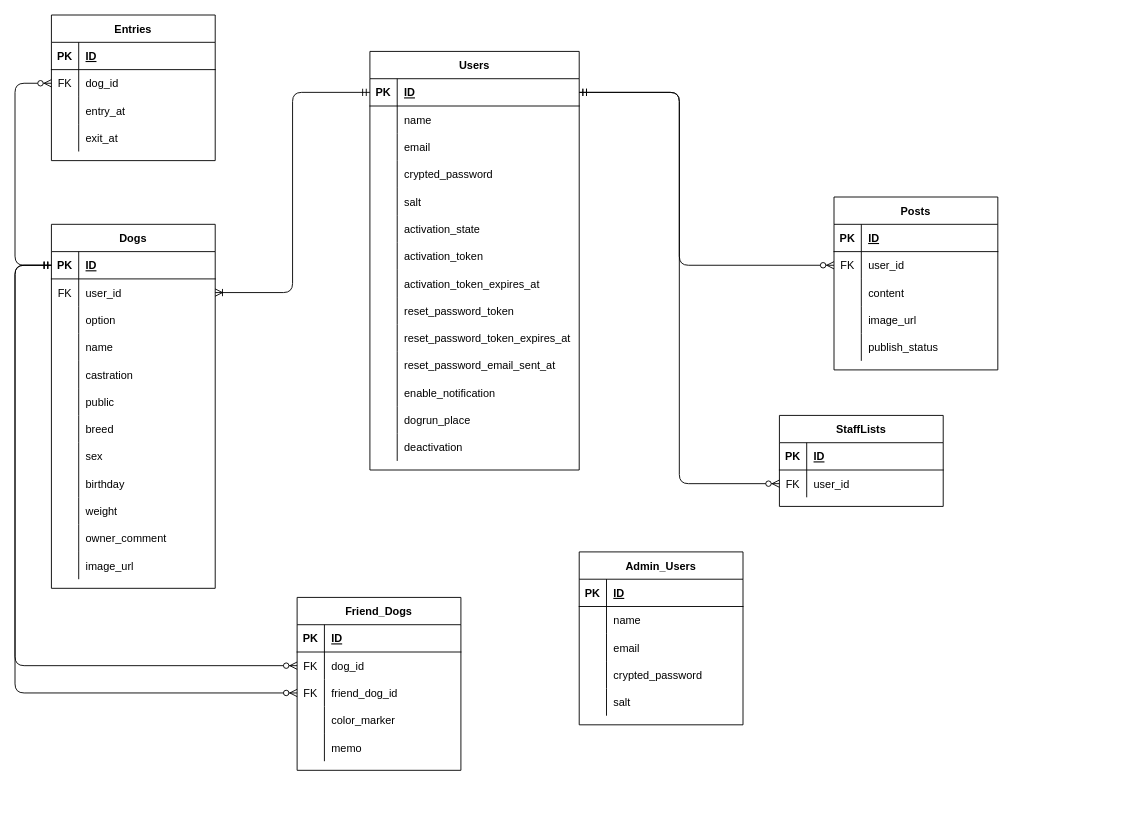
Before: ER_diagram.drawio in Kedaruma-Bond/dogrun_connect_app, a draw.io diagram. Source tidied: cells renumbered, new cells numbered last; positions are measured from the earlier drawing's top-left corner, leaving out a move shared by most shapes. Both pictures are drawn from the tidied source at 91%, with x=0, y=0 at pixel (15, 15).
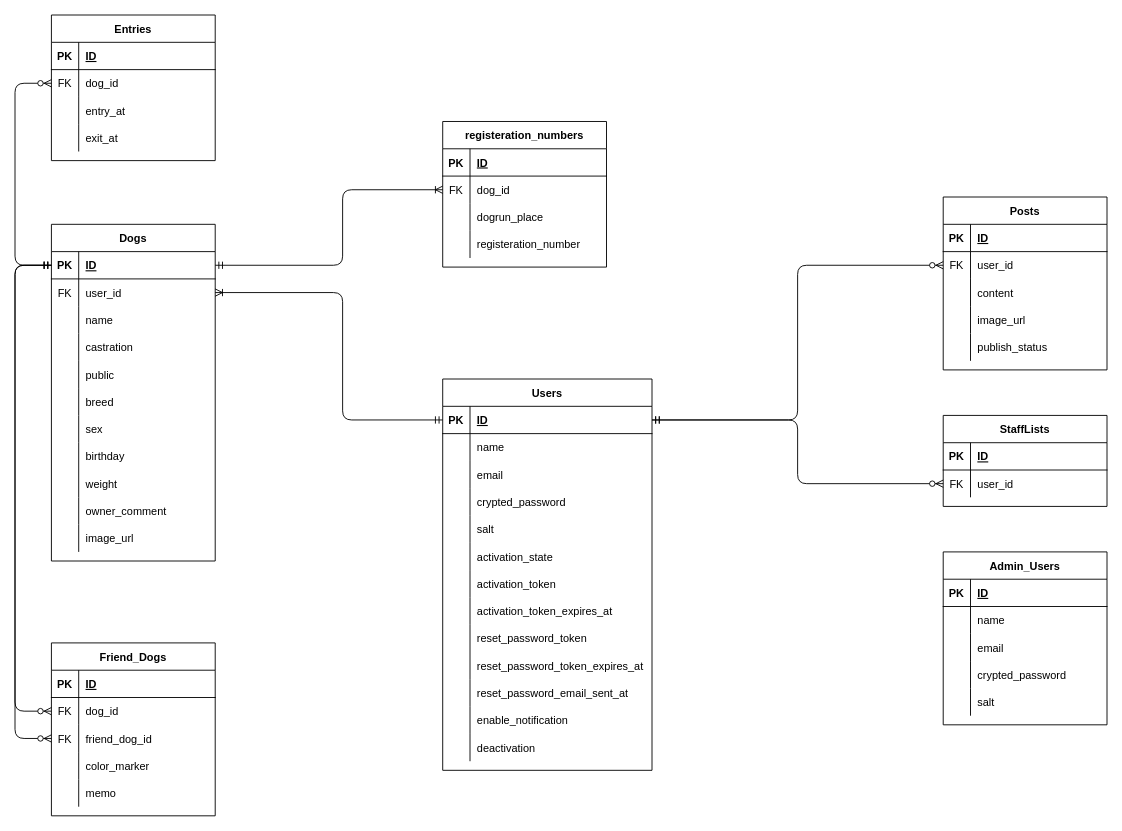
The same page after the edit.

Unchanged cells that the change refers to:
```xml
<mxCell id="16" style="shape=partialRectangle;fillColor=none;top=0;left=0;bottom=1;right=0;points=[[0,0.5],[1,0.5]];portConstraint=eastwest;" parent="15" vertex="1">
  <mxGeometry y="30" width="230" height="30" as="geometry" />
</mxCell>
<mxCell id="66" style="shape=partialRectangle;fillColor=none;top=0;left=0;bottom=1;right=0;points=[[0,0.5],[1,0.5]];portConstraint=eastwest;" parent="65" vertex="1">
  <mxGeometry y="30" width="180" height="30" as="geometry" />
</mxCell>
<mxCell id="69" style="shape=partialRectangle;fillColor=none;top=0;left=0;bottom=0;right=0;points=[[0,0.5],[1,0.5]];portConstraint=eastwest;" parent="65" vertex="1">
  <mxGeometry y="60" width="180" height="30" as="geometry" />
</mxCell>
<mxCell id="106" style="shape=partialRectangle;fillColor=none;top=0;left=0;bottom=0;right=0;points=[[0,0.5],[1,0.5]];portConstraint=eastwest;" parent="102" vertex="1">
  <mxGeometry y="60" width="180" height="30" as="geometry" />
</mxCell>
<mxCell id="125" style="shape=partialRectangle;fillColor=none;top=0;left=0;bottom=0;right=0;points=[[0,0.5],[1,0.5]];portConstraint=eastwest;" parent="121" vertex="1">
  <mxGeometry y="60" width="180" height="30" as="geometry" />
</mxCell>
<mxCell id="128" style="shape=partialRectangle;fillColor=none;top=0;left=0;bottom=0;right=0;points=[[0,0.5],[1,0.5]];portConstraint=eastwest;" parent="121" vertex="1">
  <mxGeometry y="90" width="180" height="30" as="geometry" />
</mxCell>
```

What changed in the source:
```diff
@@
     <mxCell id="15" value="Users" style="shape=table;startSize=30;childLayout=tableLayout;rowLines=0;fontStyle=1;align=center;" parent="1" vertex="1">
-      <mxGeometry x="390" y="40" width="230" height="460" as="geometry" />
+      <mxGeometry x="470" y="400" width="230" height="430" as="geometry" />
     </mxCell>
@@
-    <mxCell id="52" style="shape=partialRectangle;fillColor=none;top=0;left=0;bottom=0;right=0;" parent="15" vertex="1">
-      <mxGeometry y="390" width="230" height="30" as="geometry" />
-    </mxCell>
-    <mxCell id="53" style="shape=partialRectangle;fillColor=none;top=0;left=0;bottom=0;right=0;overflow=hidden;" parent="52" vertex="1">
-      <mxGeometry width="30" height="30" as="geometry" />
-    </mxCell>
-    <mxCell id="54" value="dogrun_place" style="shape=partialRectangle;fillColor=none;top=0;left=0;bottom=0;right=0;align=left;spacingLeft=6;overflow=hidden;" parent="52" vertex="1">
-      <mxGeometry x="30" width="200" height="30" as="geometry" />
-    </mxCell>
     <mxCell id="55" style="shape=partialRectangle;fillColor=none;top=0;left=0;bottom=0;right=0;" parent="15" vertex="1">
-      <mxGeometry y="420" width="230" height="30" as="geometry" />
+      <mxGeometry y="390" width="230" height="30" as="geometry" />
     </mxCell>
@@
     <mxCell id="58" value="StaffLists" style="shape=table;startSize=30;childLayout=tableLayout;rowLines=0;fontStyle=1;align=center;" parent="1" vertex="1">
-      <mxGeometry x="840" y="440" width="180" height="100" as="geometry" />
+      <mxGeometry x="1020" y="440" width="180" height="100" as="geometry" />
     </mxCell>
@@
     <mxCell id="65" value="Dogs" style="shape=table;startSize=30;childLayout=tableLayout;rowLines=0;fontStyle=1;align=center;" parent="1" vertex="1">
-      <mxGeometry x="40" y="230" width="180" height="400" as="geometry" />
+      <mxGeometry x="40" y="230" width="180" height="370" as="geometry" />
     </mxCell>
@@
-    <mxCell id="72" style="shape=partialRectangle;fillColor=none;top=0;left=0;bottom=0;right=0;" parent="65" vertex="1">
-      <mxGeometry y="90" width="180" height="30" as="geometry" />
-    </mxCell>
-    <mxCell id="73" style="shape=partialRectangle;fillColor=none;top=0;left=0;bottom=0;right=0;overflow=hidden;" parent="72" vertex="1">
-      <mxGeometry width="30" height="30" as="geometry" />
-    </mxCell>
-    <mxCell id="74" value="option" style="shape=partialRectangle;fillColor=none;top=0;left=0;bottom=0;right=0;align=left;spacingLeft=6;overflow=hidden;" parent="72" vertex="1">
-      <mxGeometry x="30" width="150" height="30" as="geometry" />
-    </mxCell>
     <mxCell id="75" style="shape=partialRectangle;fillColor=none;top=0;left=0;bottom=0;right=0;" parent="65" vertex="1">
-      <mxGeometry y="120" width="180" height="30" as="geometry" />
+      <mxGeometry y="90" width="180" height="30" as="geometry" />
     </mxCell>
@@
     <mxCell id="78" style="shape=partialRectangle;fillColor=none;top=0;left=0;bottom=0;right=0;" parent="65" vertex="1">
-      <mxGeometry y="150" width="180" height="30" as="geometry" />
+      <mxGeometry y="120" width="180" height="30" as="geometry" />
     </mxCell>
@@
     <mxCell id="81" style="shape=partialRectangle;fillColor=none;top=0;left=0;bottom=0;right=0;" parent="65" vertex="1">
-      <mxGeometry y="180" width="180" height="30" as="geometry" />
+      <mxGeometry y="150" width="180" height="30" as="geometry" />
     </mxCell>
@@
     <mxCell id="84" style="shape=partialRectangle;fillColor=none;top=0;left=0;bottom=0;right=0;" parent="65" vertex="1">
-      <mxGeometry y="210" width="180" height="30" as="geometry" />
+      <mxGeometry y="180" width="180" height="30" as="geometry" />
     </mxCell>
@@
     <mxCell id="87" style="shape=partialRectangle;fillColor=none;top=0;left=0;bottom=0;right=0;" parent="65" vertex="1">
-      <mxGeometry y="240" width="180" height="30" as="geometry" />
+      <mxGeometry y="210" width="180" height="30" as="geometry" />
     </mxCell>
@@
     <mxCell id="90" style="shape=partialRectangle;fillColor=none;top=0;left=0;bottom=0;right=0;" parent="65" vertex="1">
-      <mxGeometry y="270" width="180" height="30" as="geometry" />
+      <mxGeometry y="240" width="180" height="30" as="geometry" />
     </mxCell>
@@
     <mxCell id="93" style="shape=partialRectangle;fillColor=none;top=0;left=0;bottom=0;right=0;" parent="65" vertex="1">
-      <mxGeometry y="300" width="180" height="30" as="geometry" />
+      <mxGeometry y="270" width="180" height="30" as="geometry" />
     </mxCell>
@@
     <mxCell id="96" style="shape=partialRectangle;fillColor=none;top=0;left=0;bottom=0;right=0;" parent="65" vertex="1">
-      <mxGeometry y="330" width="180" height="30" as="geometry" />
+      <mxGeometry y="300" width="180" height="30" as="geometry" />
     </mxCell>
@@
     <mxCell id="99" style="shape=partialRectangle;fillColor=none;top=0;left=0;bottom=0;right=0;" parent="65" vertex="1">
-      <mxGeometry y="360" width="180" height="30" as="geometry" />
+      <mxGeometry y="330" width="180" height="30" as="geometry" />
     </mxCell>
@@
     <mxCell id="102" value="Posts" style="shape=table;startSize=30;childLayout=tableLayout;rowLines=0;fontStyle=1;align=center;" parent="1" vertex="1">
-      <mxGeometry x="900" y="200" width="180" height="190" as="geometry" />
+      <mxGeometry x="1020" y="200" width="180" height="190" as="geometry" />
     </mxCell>
@@
     <mxCell id="119" style="edgeStyle=orthogonalEdgeStyle;fontSize=12;html=1;endArrow=ERzeroToMany;startArrow=ERmandOne;exitX=1;exitY=0.5;exitDx=0;exitDy=0;entryX=0;entryY=0.5;entryDx=0;entryDy=0;" parent="1" edge="1" source="16" target="106">
       <mxGeometry relative="1" as="geometry">
         <Array as="points">
-          <mxPoint x="730" y="85" />
-          <mxPoint x="730" y="275" />
+          <mxPoint x="860" y="445" />
+          <mxPoint x="860" y="275" />
         </Array>
       </mxGeometry>
     </mxCell>
     <mxCell id="120" style="edgeStyle=orthogonalEdgeStyle;fontSize=12;html=1;endArrow=ERoneToMany;startArrow=ERmandOne;exitX=0;exitY=0.5;exitDx=0;exitDy=0;entryX=1;entryY=0.5;entryDx=0;entryDy=0;" parent="1" edge="1" source="16" target="69">
-      <mxGeometry relative="1" as="geometry" />
+      <mxGeometry relative="1" as="geometry">
+        <Array as="points">
+          <mxPoint x="360" y="445" />
+          <mxPoint x="360" y="305" />
+        </Array>
+      </mxGeometry>
     </mxCell>
     <mxCell id="121" value="Friend_Dogs" style="shape=table;startSize=30;childLayout=tableLayout;rowLines=0;fontStyle=1;align=center;" parent="1" vertex="1">
-      <mxGeometry x="310" y="640" width="180" height="190" as="geometry" />
+      <mxGeometry x="40" y="690" width="180" height="190" as="geometry" />
     </mxCell>
@@
-    <mxCell id="137" style="edgeStyle=orthogonalEdgeStyle;fontSize=12;html=1;endArrow=ERzeroToMany;startArrow=ERmandOne;exitX=0;exitY=0.5;exitDx=0;exitDy=0;entryX=0;entryY=0.5;entryDx=0;entryDy=0;" parent="1" edge="1" source="66" target="125">
-      <mxGeometry relative="1" as="geometry">
-        <Array as="points">
-          <mxPoint y="275" />
-          <mxPoint y="715" />
-        </Array>
-      </mxGeometry>
-    </mxCell>
-    <mxCell id="138" style="edgeStyle=orthogonalEdgeStyle;fontSize=12;html=1;endArrow=ERzeroToMany;startArrow=ERmandOne;exitX=0;exitY=0.5;exitDx=0;exitDy=0;entryX=0;entryY=0.5;entryDx=0;entryDy=0;" parent="1" edge="1" source="66" target="128">
-      <mxGeometry relative="1" as="geometry">
-        <Array as="points">
-          <mxPoint y="275" />
-          <mxPoint y="745" />
-        </Array>
-      </mxGeometry>
-    </mxCell>
     <mxCell id="139" value="Admin_Users" style="shape=table;startSize=30;childLayout=tableLayout;rowLines=0;fontStyle=1;align=center;" parent="1" vertex="1">
-      <mxGeometry x="620" y="590" width="180" height="190" as="geometry" />
+      <mxGeometry x="1020" y="590" width="180" height="190" as="geometry" />
     </mxCell>
@@
-    <mxCell id="143" style="shape=tableRow;horizontal=0;startSize=0;swimlaneHead=0;swimlaneBody=0;fillColor=none;top=0;left=0;right=0;bottom=0;" parent="139" vertex="1">
+    <mxCell id="143" style="shape=tableRow;horizontal=0;startSize=0;swimlaneHead=0;swimlaneBody=0;fillColor=none;top=0;left=0;right=0;bottom=0;strokeColor=none;" parent="139" vertex="1">
       <mxGeometry y="60" width="180" height="30" as="geometry" />
     </mxCell>
@@
-    <mxCell id="145" value="name" style="shape=partialRectangle;fillColor=none;top=0;left=0;bottom=0;right=0;align=left;spacingLeft=6;overflow=hidden;" parent="143" vertex="1">
+    <mxCell id="145" value="name" style="shape=partialRectangle;fillColor=none;top=0;left=0;bottom=0;right=0;align=left;spacingLeft=6;overflow=hidden;strokeColor=none;" parent="143" vertex="1">
       <mxGeometry x="30" width="150" height="30" as="geometry" />
     </mxCell>
-    <mxCell id="146" style="shape=tableRow;horizontal=0;startSize=0;swimlaneHead=0;swimlaneBody=0;fillColor=none;top=0;left=0;right=0;bottom=0;" parent="139" vertex="1">
+    <mxCell id="146" style="shape=tableRow;horizontal=0;startSize=0;swimlaneHead=0;swimlaneBody=0;fillColor=none;top=0;left=0;right=0;bottom=0;strokeColor=none;" parent="139" vertex="1">
       <mxGeometry y="90" width="180" height="30" as="geometry" />
     </mxCell>
-    <mxCell id="147" style="shape=partialRectangle;fillColor=none;top=0;left=0;bottom=0;right=0;overflow=hidden;" parent="146" vertex="1">
+    <mxCell id="147" style="shape=partialRectangle;fillColor=none;top=0;left=0;bottom=0;right=0;overflow=hidden;strokeColor=none;" parent="146" vertex="1">
       <mxGeometry width="30" height="30" as="geometry" />
     </mxCell>
-    <mxCell id="148" value="email" style="shape=partialRectangle;fillColor=none;top=0;left=0;bottom=0;right=0;align=left;spacingLeft=6;overflow=hidden;" parent="146" vertex="1">
+    <mxCell id="148" value="email" style="shape=partialRectangle;fillColor=none;top=0;left=0;bottom=0;right=0;align=left;spacingLeft=6;overflow=hidden;strokeColor=none;" parent="146" vertex="1">
       <mxGeometry x="30" width="150" height="30" as="geometry" />
     </mxCell>
-    <mxCell id="149" style="shape=tableRow;horizontal=0;startSize=0;swimlaneHead=0;swimlaneBody=0;fillColor=none;top=0;left=0;right=0;bottom=0;" parent="139" vertex="1">
+    <mxCell id="149" style="shape=tableRow;horizontal=0;startSize=0;swimlaneHead=0;swimlaneBody=0;fillColor=none;top=0;left=0;right=0;bottom=0;strokeColor=none;" parent="139" vertex="1">
       <mxGeometry y="120" width="180" height="30" as="geometry" />
     </mxCell>
-    <mxCell id="150" style="shape=partialRectangle;fillColor=none;top=0;left=0;bottom=0;right=0;overflow=hidden;" parent="149" vertex="1">
+    <mxCell id="150" style="shape=partialRectangle;fillColor=none;top=0;left=0;bottom=0;right=0;overflow=hidden;strokeColor=none;" parent="149" vertex="1">
       <mxGeometry width="30" height="30" as="geometry" />
     </mxCell>
-    <mxCell id="151" value="crypted_password" style="shape=partialRectangle;fillColor=none;top=0;left=0;bottom=0;right=0;align=left;spacingLeft=6;overflow=hidden;" parent="149" vertex="1">
+    <mxCell id="151" value="crypted_password" style="shape=partialRectangle;fillColor=none;top=0;left=0;bottom=0;right=0;align=left;spacingLeft=6;overflow=hidden;strokeColor=none;" parent="149" vertex="1">
       <mxGeometry x="30" width="150" height="30" as="geometry" />
     </mxCell>
-    <mxCell id="152" style="shape=tableRow;horizontal=0;startSize=0;swimlaneHead=0;swimlaneBody=0;fillColor=none;top=0;left=0;right=0;bottom=0;" parent="139" vertex="1">
+    <mxCell id="152" style="shape=tableRow;horizontal=0;startSize=0;swimlaneHead=0;swimlaneBody=0;fillColor=none;top=0;left=0;right=0;bottom=0;strokeColor=none;" parent="139" vertex="1">
       <mxGeometry y="150" width="180" height="30" as="geometry" />
     </mxCell>
@@
+    <mxCell id="137" style="edgeStyle=orthogonalEdgeStyle;fontSize=12;html=1;endArrow=ERzeroToMany;startArrow=ERmandOne;exitX=0;exitY=0.5;exitDx=0;exitDy=0;entryX=0;entryY=0.5;entryDx=0;entryDy=0;" parent="1" edge="1" source="66" target="125">
+      <mxGeometry relative="1" as="geometry">
+        <Array as="points">
+          <mxPoint y="275" />
+          <mxPoint y="765" />
+        </Array>
+      </mxGeometry>
+    </mxCell>
+    <mxCell id="138" style="edgeStyle=orthogonalEdgeStyle;fontSize=12;html=1;endArrow=ERzeroToMany;startArrow=ERmandOne;entryX=0;entryY=0.5;entryDx=0;entryDy=0;exitX=0;exitY=0.5;exitDx=0;exitDy=0;" parent="1" edge="1" source="66" target="128">
+      <mxGeometry relative="1" as="geometry">
+        <Array as="points">
+          <mxPoint y="275" />
+          <mxPoint y="795" />
+        </Array>
+      </mxGeometry>
+    </mxCell>
+    <mxCell id="156" value="registeration_numbers" style="shape=table;startSize=30;childLayout=tableLayout;rowLines=0;fontStyle=1;align=center;" parent="1" vertex="1">
+      <mxGeometry x="470" y="117" width="180" height="160" as="geometry" />
+    </mxCell>
+    <mxCell id="157" style="shape=tableRow;horizontal=0;startSize=0;swimlaneHead=0;swimlaneBody=0;fillColor=none;top=0;left=0;right=0;bottom=1;" parent="156" vertex="1">
+      <mxGeometry y="30" width="180" height="30" as="geometry" />
+    </mxCell>
+    <mxCell id="158" value="PK" style="shape=partialRectangle;fillColor=none;top=0;left=0;bottom=0;right=0;fontStyle=1;overflow=hidden;" parent="157" vertex="1">
+      <mxGeometry width="30" height="30" as="geometry" />
+    </mxCell>
+    <mxCell id="159" value="ID" style="shape=partialRectangle;fillColor=none;top=0;left=0;bottom=0;right=0;align=left;spacingLeft=6;fontStyle=5;overflow=hidden;" parent="157" vertex="1">
+      <mxGeometry x="30" width="150" height="30" as="geometry" />
+    </mxCell>
+    <mxCell id="160" style="shape=tableRow;horizontal=0;startSize=0;swimlaneHead=0;swimlaneBody=0;fillColor=none;points=[[0,0.5],[1,0.5]];portConstraint=eastwest;top=0;left=0;right=0;bottom=0;strokeColor=none;" parent="156" vertex="1">
+      <mxGeometry y="60" width="180" height="30" as="geometry" />
+    </mxCell>
+    <mxCell id="161" value="FK" style="shape=partialRectangle;fillColor=none;top=0;left=0;bottom=0;right=0;overflow=hidden;strokeColor=none;" parent="160" vertex="1">
+      <mxGeometry width="30" height="30" as="geometry" />
+    </mxCell>
+    <mxCell id="162" value="dog_id" style="shape=partialRectangle;fillColor=none;top=0;left=0;bottom=0;right=0;align=left;spacingLeft=6;overflow=hidden;strokeColor=none;" parent="160" vertex="1">
+      <mxGeometry x="30" width="150" height="30" as="geometry" />
+    </mxCell>
+    <mxCell id="163" style="shape=tableRow;horizontal=0;startSize=0;swimlaneHead=0;swimlaneBody=0;fillColor=none;top=0;left=0;right=0;bottom=0;strokeColor=none;" parent="156" vertex="1">
+      <mxGeometry y="90" width="180" height="30" as="geometry" />
+    </mxCell>
+    <mxCell id="164" style="shape=partialRectangle;fillColor=none;top=0;left=0;bottom=0;right=0;overflow=hidden;strokeColor=none;" parent="163" vertex="1">
+      <mxGeometry width="30" height="30" as="geometry" />
+    </mxCell>
+    <mxCell id="54" value="dogrun_place" style="shape=partialRectangle;fillColor=none;top=0;left=0;bottom=0;right=0;align=left;spacingLeft=6;overflow=hidden;strokeColor=none;" parent="163" vertex="1">
+      <mxGeometry x="30" width="150" height="30" as="geometry" />
+    </mxCell>
+    <mxCell id="165" style="shape=tableRow;horizontal=0;startSize=0;swimlaneHead=0;swimlaneBody=0;fillColor=none;top=0;left=0;right=0;bottom=0;strokeColor=none;" parent="156" vertex="1">
+      <mxGeometry y="120" width="180" height="30" as="geometry" />
+    </mxCell>
+    <mxCell id="166" style="shape=partialRectangle;fillColor=none;top=0;left=0;bottom=0;right=0;overflow=hidden;strokeColor=none;" parent="165" vertex="1">
+      <mxGeometry width="30" height="30" as="geometry" />
+    </mxCell>
+    <mxCell id="167" value="registeration_number" style="shape=partialRectangle;fillColor=none;top=0;left=0;bottom=0;right=0;align=left;spacingLeft=6;overflow=hidden;strokeColor=none;" parent="165" vertex="1">
+      <mxGeometry x="30" width="150" height="30" as="geometry" />
+    </mxCell>
+    <mxCell id="168" style="edgeStyle=orthogonalEdgeStyle;fontSize=12;html=1;endArrow=ERoneToMany;startArrow=ERmandOne;exitX=1;exitY=0.5;exitDx=0;exitDy=0;entryX=0;entryY=0.5;entryDx=0;entryDy=0;" parent="1" edge="1" source="66" target="160">
+      <mxGeometry relative="1" as="geometry">
+        <Array as="points">
+          <mxPoint x="360" y="275" />
+          <mxPoint x="360" y="192" />
+        </Array>
+      </mxGeometry>
+    </mxCell>
```
